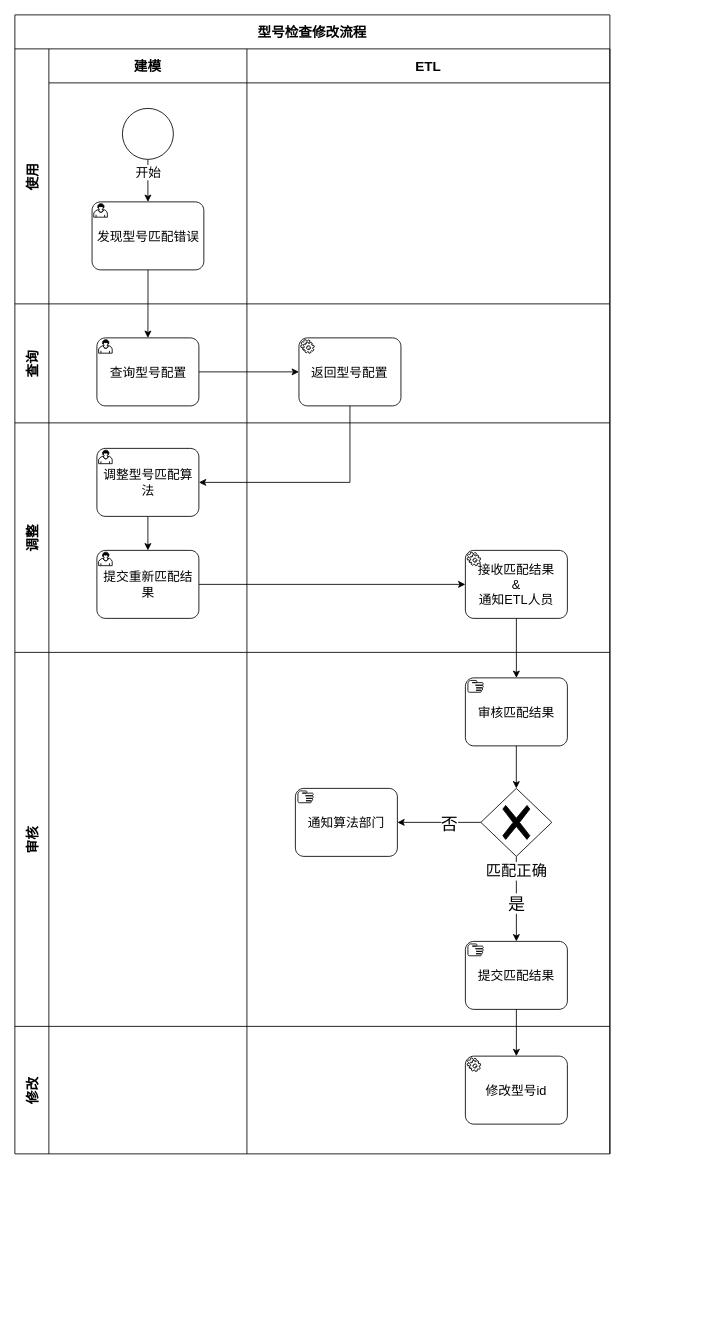
Earlier version of the draw.io diagram trim_check_repair.drawio (wangzijia122/drawio_repository). Source tidied: cells renumbered, new cells numbered last; positions are measured from the earlier drawing's top-left corner, leaving out a move shared by most shapes. Both pictures are drawn from the tidied source at 85%, with x=0, y=0 at pixel (14, 14).
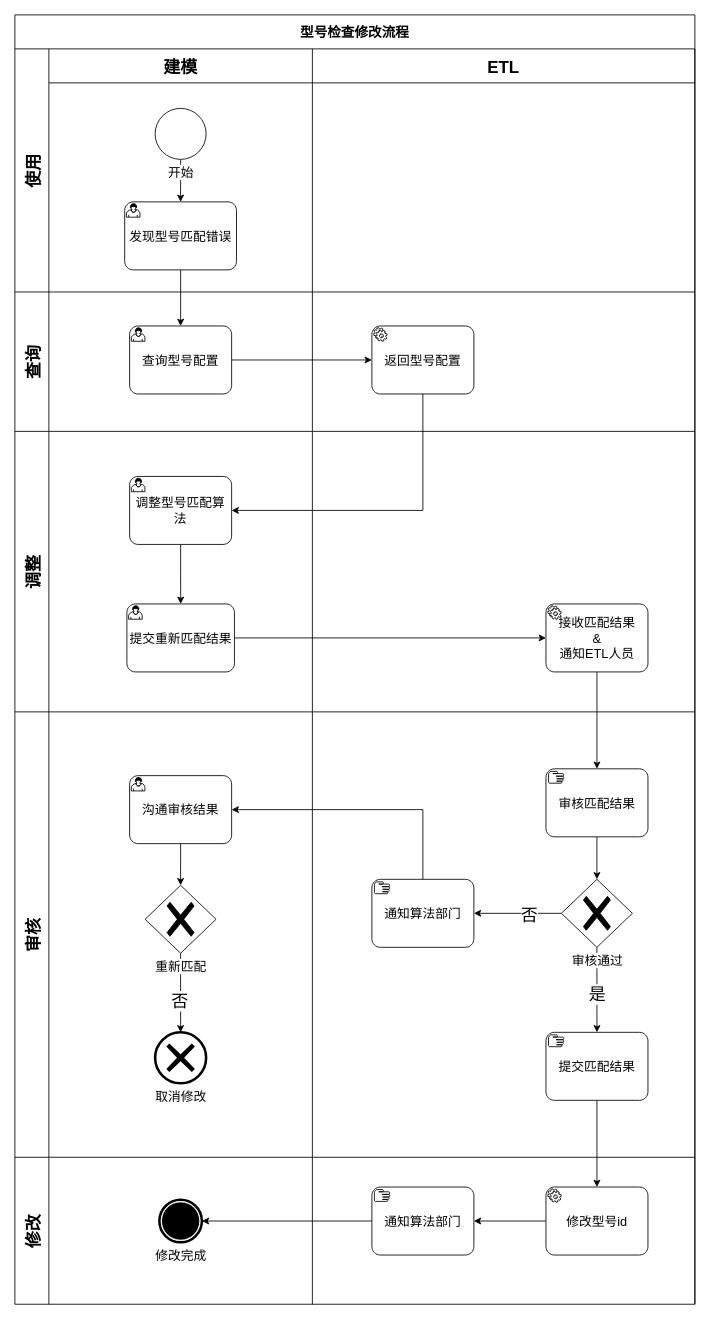
After the change.

Change to the diagram source:
```diff
@@
     <mxCell id="2" value="型号检查修改流程" style="shape=table;childLayout=tableLayout;startSize=40;fontSize=16;fontStyle=1;" parent="1" vertex="1">
-      <mxGeometry width="700" height="1340" as="geometry" />
+      <mxGeometry width="800" height="1516.9" as="geometry" />
     </mxCell>
+    <mxCell id="41" style="edgeStyle=orthogonalEdgeStyle;rounded=0;jettySize=auto;html=1;" parent="2" edge="1" source="7" target="12">
+      <mxGeometry relative="1" as="geometry" />
+    </mxCell>
-    <mxCell id="3" value="使用" style="shape=tableRow;horizontal=0;swimlaneHead=0;swimlaneBody=0;top=0;left=0;strokeColor=inherit;bottom=0;right=0;fontStyle=1;fillColor=none;startSize=40;fontSize=16;" parent="2" vertex="1">
-      <mxGeometry y="40" width="700" height="300" as="geometry" />
+    <mxCell id="3" value="使用" style="shape=tableRow;horizontal=0;swimlaneHead=0;swimlaneBody=0;top=0;left=0;strokeColor=inherit;bottom=0;right=0;fontStyle=1;fillColor=none;startSize=40;fontSize=20;" parent="2" vertex="1">
+      <mxGeometry y="40" width="800" height="286" as="geometry" />
     </mxCell>
-    <mxCell id="4" value="建模" style="swimlane;swimlaneHead=0;swimlaneBody=0;fontStyle=1;strokeColor=inherit;fillColor=none;startSize=40;fontSize=16;" parent="3" vertex="1">
-      <mxGeometry x="40" width="233" height="300" as="geometry" />
+    <mxCell id="4" value="建模" style="swimlane;swimlaneHead=0;swimlaneBody=0;fontStyle=1;strokeColor=inherit;fillColor=none;startSize=40;fontSize=20;" parent="3" vertex="1">
+      <mxGeometry x="40" width="310" height="286" as="geometry" />
     </mxCell>
@@
     <mxCell id="6" value="开始" style="points=[[0.145,0.145,0],[0.5,0,0],[0.855,0.145,0],[1,0.5,0],[0.855,0.855,0],[0.5,1,0],[0.145,0.855,0],[0,0.5,0]];shape=mxgraph.bpmn.event;html=1;verticalLabelPosition=bottom;labelBackgroundColor=#ffffff;verticalAlign=top;align=center;perimeter=ellipsePerimeter;outlineConnect=0;outline=standard;symbol=general;fontSize=15;" parent="4" vertex="1">
-      <mxGeometry x="86.5" y="70" width="60" height="60" as="geometry" />
+      <mxGeometry x="125" y="70" width="60" height="60" as="geometry" />
     </mxCell>
     <mxCell id="7" value="发现型号匹配错误" style="points=[[0.25,0,0],[0.5,0,0],[0.75,0,0],[1,0.25,0],[1,0.5,0],[1,0.75,0],[0.75,1,0],[0.5,1,0],[0.25,1,0],[0,0.75,0],[0,0.5,0],[0,0.25,0]];shape=mxgraph.bpmn.task;whiteSpace=wrap;rectStyle=rounded;size=10;html=1;taskMarker=user;fontSize=15;" parent="4" vertex="1">
-      <mxGeometry x="50.8" y="180" width="131.5" height="80" as="geometry" />
+      <mxGeometry x="89.2" y="180" width="131.5" height="80" as="geometry" />
     </mxCell>
-    <mxCell id="8" value="ETL" style="swimlane;swimlaneHead=0;swimlaneBody=0;fontStyle=1;strokeColor=inherit;fillColor=none;startSize=40;fontSize=16;" parent="3" vertex="1">
-      <mxGeometry x="273" width="427" height="300" as="geometry" />
+    <mxCell id="8" value="ETL" style="swimlane;swimlaneHead=0;swimlaneBody=0;fontStyle=1;strokeColor=inherit;fillColor=none;startSize=40;fontSize=20;" parent="3" vertex="1">
+      <mxGeometry x="350" width="450" height="286" as="geometry" />
     </mxCell>
     <mxCell id="9" style="swimlane;swimlaneHead=0;swimlaneBody=0;fontStyle=1;strokeColor=inherit;fillColor=none;startSize=40;fontSize=16;" parent="3" vertex="1">
-      <mxGeometry x="700" height="300" as="geometry" />
+      <mxGeometry x="800" height="286" as="geometry" />
     </mxCell>
-    <mxCell id="10" value="查询" style="shape=tableRow;horizontal=0;swimlaneHead=0;swimlaneBody=0;top=0;left=0;strokeColor=inherit;bottom=0;right=0;fontStyle=1;fillColor=none;startSize=40;fontSize=16;" parent="2" vertex="1">
-      <mxGeometry y="340" width="700" height="140" as="geometry" />
+    <mxCell id="10" value="查询" style="shape=tableRow;horizontal=0;swimlaneHead=0;swimlaneBody=0;top=0;left=0;strokeColor=inherit;bottom=0;right=0;fontStyle=1;fillColor=none;startSize=40;fontSize=20;" parent="2" vertex="1">
+      <mxGeometry y="326" width="800" height="164" as="geometry" />
     </mxCell>
     <mxCell id="11" style="swimlane;swimlaneHead=0;swimlaneBody=0;fontStyle=1;strokeColor=inherit;fillColor=none;startSize=0;fontSize=16;" parent="10" vertex="1">
-      <mxGeometry x="40" width="233" height="140" as="geometry" />
+      <mxGeometry x="40" width="310" height="164" as="geometry" />
     </mxCell>
     <mxCell id="12" value="查询型号配置" style="points=[[0.25,0,0],[0.5,0,0],[0.75,0,0],[1,0.25,0],[1,0.5,0],[1,0.75,0],[0.75,1,0],[0.5,1,0],[0.25,1,0],[0,0.75,0],[0,0.5,0],[0,0.25,0]];shape=mxgraph.bpmn.task;whiteSpace=wrap;rectStyle=rounded;size=10;html=1;taskMarker=user;fontSize=15;" parent="11" vertex="1">
-      <mxGeometry x="56.5" y="40" width="120" height="80" as="geometry" />
+      <mxGeometry x="95" y="40" width="120" height="80" as="geometry" />
     </mxCell>
     <mxCell id="13" style="swimlane;swimlaneHead=0;swimlaneBody=0;fontStyle=1;strokeColor=inherit;fillColor=none;startSize=0;fontSize=16;" parent="10" vertex="1">
-      <mxGeometry x="273" width="427" height="140" as="geometry" />
+      <mxGeometry x="350" width="450" height="164" as="geometry" />
     </mxCell>
     <mxCell id="14" value="返回型号配置" style="points=[[0.25,0,0],[0.5,0,0],[0.75,0,0],[1,0.25,0],[1,0.5,0],[1,0.75,0],[0.75,1,0],[0.5,1,0],[0.25,1,0],[0,0.75,0],[0,0.5,0],[0,0.25,0]];shape=mxgraph.bpmn.task;whiteSpace=wrap;rectStyle=rounded;size=10;html=1;taskMarker=service;fontSize=15;" parent="13" vertex="1">
-      <mxGeometry x="61.2" y="40" width="120" height="80" as="geometry" />
+      <mxGeometry x="70" y="40" width="120" height="80" as="geometry" />
     </mxCell>
     <mxCell id="15" style="swimlane;swimlaneHead=0;swimlaneBody=0;fontStyle=1;strokeColor=inherit;fillColor=none;startSize=0;fontSize=16;" parent="10" vertex="1">
-      <mxGeometry x="700" height="140" as="geometry" />
+      <mxGeometry x="800" height="164" as="geometry" />
     </mxCell>
@@
-    <mxCell id="17" value="调整" style="shape=tableRow;horizontal=0;swimlaneHead=0;swimlaneBody=0;top=0;left=0;strokeColor=inherit;bottom=0;right=0;fontStyle=1;fillColor=none;startSize=40;fontSize=16;" parent="2" vertex="1">
-      <mxGeometry y="480" width="700" height="270" as="geometry" />
+    <mxCell id="17" value="调整" style="shape=tableRow;horizontal=0;swimlaneHead=0;swimlaneBody=0;top=0;left=0;strokeColor=inherit;bottom=0;right=0;fontStyle=1;fillColor=none;startSize=40;fontSize=20;" parent="2" vertex="1">
+      <mxGeometry y="490" width="800" height="330" as="geometry" />
     </mxCell>
     <mxCell id="18" style="swimlane;swimlaneHead=0;swimlaneBody=0;fontStyle=1;strokeColor=inherit;fillColor=none;startSize=0;fontSize=16;" parent="17" vertex="1">
-      <mxGeometry x="40" width="233" height="270" as="geometry" />
+      <mxGeometry x="40" width="310" height="330" as="geometry" />
     </mxCell>
@@
     <mxCell id="20" value="调整型号匹配算法" style="points=[[0.25,0,0],[0.5,0,0],[0.75,0,0],[1,0.25,0],[1,0.5,0],[1,0.75,0],[0.75,1,0],[0.5,1,0],[0.25,1,0],[0,0.75,0],[0,0.5,0],[0,0.25,0]];shape=mxgraph.bpmn.task;whiteSpace=wrap;rectStyle=rounded;size=10;html=1;taskMarker=user;fontSize=15;" parent="18" vertex="1">
-      <mxGeometry x="56.5" y="30" width="120" height="80" as="geometry" />
+      <mxGeometry x="95" y="53" width="120" height="80" as="geometry" />
     </mxCell>
     <mxCell id="21" value="提交重新匹配结果" style="points=[[0.25,0,0],[0.5,0,0],[0.75,0,0],[1,0.25,0],[1,0.5,0],[1,0.75,0],[0.75,1,0],[0.5,1,0],[0.25,1,0],[0,0.75,0],[0,0.5,0],[0,0.25,0]];shape=mxgraph.bpmn.task;whiteSpace=wrap;rectStyle=rounded;size=10;html=1;taskMarker=user;fontSize=15;" parent="18" vertex="1">
-      <mxGeometry x="56.5" y="150" width="120" height="80" as="geometry" />
+      <mxGeometry x="91.8" y="203" width="126.5" height="80" as="geometry" />
     </mxCell>
     <mxCell id="22" style="swimlane;swimlaneHead=0;swimlaneBody=0;fontStyle=1;strokeColor=inherit;fillColor=none;startSize=0;fontSize=16;" parent="17" vertex="1">
-      <mxGeometry x="273" width="427" height="270" as="geometry" />
+      <mxGeometry x="350" width="450" height="330" as="geometry" />
     </mxCell>
     <mxCell id="23" value="接收匹配结果&lt;br style=&quot;font-size: 15px;&quot;&gt;&amp;amp;&lt;br style=&quot;font-size: 15px;&quot;&gt;通知ETL人员" style="points=[[0.25,0,0],[0.5,0,0],[0.75,0,0],[1,0.25,0],[1,0.5,0],[1,0.75,0],[0.75,1,0],[0.5,1,0],[0.25,1,0],[0,0.75,0],[0,0.5,0],[0,0.25,0]];shape=mxgraph.bpmn.task;whiteSpace=wrap;rectStyle=rounded;size=10;html=1;taskMarker=service;fontSize=15;" parent="22" vertex="1">
-      <mxGeometry x="257" y="150" width="120" height="80" as="geometry" />
+      <mxGeometry x="274.8" y="203" width="120" height="80" as="geometry" />
     </mxCell>
     <mxCell id="24" style="swimlane;swimlaneHead=0;swimlaneBody=0;fontStyle=1;strokeColor=inherit;fillColor=none;startSize=0;fontSize=16;" parent="17" vertex="1">
-      <mxGeometry x="700" height="270" as="geometry" />
+      <mxGeometry x="800" height="330" as="geometry" />
     </mxCell>
@@
+    <mxCell id="39" style="edgeStyle=orthogonalEdgeStyle;rounded=0;jettySize=auto;html=1;exitX=0.5;exitY=1;exitDx=0;exitDy=0;exitPerimeter=0;entryX=0.5;entryY=0;entryDx=0;entryDy=0;entryPerimeter=0;" parent="2" edge="1" source="23" target="29">
+      <mxGeometry relative="1" as="geometry" />
+    </mxCell>
+    <mxCell id="40" style="edgeStyle=orthogonalEdgeStyle;rounded=0;jettySize=auto;html=1;exitX=0.5;exitY=1;exitDx=0;exitDy=0;exitPerimeter=0;" parent="2" edge="1" source="36" target="46">
+      <mxGeometry relative="1" as="geometry" />
+    </mxCell>
-    <mxCell id="26" value="审核" style="shape=tableRow;horizontal=0;swimlaneHead=0;swimlaneBody=0;top=0;left=0;strokeColor=inherit;bottom=0;right=0;fontStyle=1;fillColor=none;startSize=40;fontSize=16;" parent="2" vertex="1">
-      <mxGeometry y="750" width="700" height="440" as="geometry" />
+    <mxCell id="26" value="审核" style="shape=tableRow;horizontal=0;swimlaneHead=0;swimlaneBody=0;top=0;left=0;strokeColor=inherit;bottom=0;right=0;fontStyle=1;fillColor=none;startSize=40;fontSize=20;" parent="2" vertex="1">
+      <mxGeometry y="820" width="800" height="524" as="geometry" />
     </mxCell>
     <mxCell id="27" style="swimlane;swimlaneHead=0;swimlaneBody=0;fontStyle=1;strokeColor=inherit;fillColor=none;startSize=0;fontSize=16;" parent="26" vertex="1">
-      <mxGeometry x="40" width="233" height="440" as="geometry" />
+      <mxGeometry x="40" width="310" height="524" as="geometry" />
     </mxCell>
+    <mxCell id="48" style="edgeStyle=orthogonalEdgeStyle;rounded=0;jettySize=auto;html=1;exitX=0.5;exitY=1;exitDx=0;exitDy=0;exitPerimeter=0;entryX=0.5;entryY=0;entryDx=0;entryDy=0;entryPerimeter=0;" parent="27" edge="1" source="49" target="52">
+      <mxGeometry relative="1" as="geometry" />
+    </mxCell>
+    <mxCell id="49" value="沟通审核结果" style="points=[[0.25,0,0],[0.5,0,0],[0.75,0,0],[1,0.25,0],[1,0.5,0],[1,0.75,0],[0.75,1,0],[0.5,1,0],[0.25,1,0],[0,0.75,0],[0,0.5,0],[0,0.25,0]];shape=mxgraph.bpmn.task;whiteSpace=wrap;rectStyle=rounded;size=10;html=1;taskMarker=user;fontSize=15;" parent="27" vertex="1">
+      <mxGeometry x="95" y="75" width="120" height="80" as="geometry" />
+    </mxCell>
+    <mxCell id="50" style="edgeStyle=orthogonalEdgeStyle;rounded=0;jettySize=auto;html=1;exitX=0.5;exitY=1;exitDx=0;exitDy=0;exitPerimeter=0;" parent="27" edge="1" source="52" target="53">
+      <mxGeometry relative="1" as="geometry" />
+    </mxCell>
+    <mxCell id="51" value="&lt;font style=&quot;font-size: 20px;&quot;&gt;否&lt;/font&gt;" style="edgeLabel;html=1;align=center;verticalAlign=middle;" parent="50" vertex="1">
+      <mxGeometry x="0.19" y="-1" relative="1" as="geometry" />
+    </mxCell>
+    <mxCell id="52" value="&lt;font style=&quot;font-size: 15px;&quot;&gt;重新匹配&lt;/font&gt;" style="points=[[0.25,0.25,0],[0.5,0,0],[0.75,0.25,0],[1,0.5,0],[0.75,0.75,0],[0.5,1,0],[0.25,0.75,0],[0,0.5,0]];shape=mxgraph.bpmn.gateway2;html=1;verticalLabelPosition=bottom;labelBackgroundColor=#ffffff;verticalAlign=top;align=center;perimeter=rhombusPerimeter;outlineConnect=0;outline=none;symbol=none;gwType=exclusive;" parent="27" vertex="1">
+      <mxGeometry x="113.2" y="204" width="83.5" height="80" as="geometry" />
+    </mxCell>
+    <mxCell id="53" value="&lt;font style=&quot;font-size: 15px;&quot;&gt;取消修改&lt;/font&gt;" style="points=[[0.145,0.145,0],[0.5,0,0],[0.855,0.145,0],[1,0.5,0],[0.855,0.855,0],[0.5,1,0],[0.145,0.855,0],[0,0.5,0]];shape=mxgraph.bpmn.event;html=1;verticalLabelPosition=bottom;labelBackgroundColor=#ffffff;verticalAlign=top;align=center;perimeter=ellipsePerimeter;outlineConnect=0;outline=end;symbol=cancel;" parent="27" vertex="1">
+      <mxGeometry x="125" y="377" width="60" height="60" as="geometry" />
+    </mxCell>
     <mxCell id="28" style="swimlane;swimlaneHead=0;swimlaneBody=0;fontStyle=1;strokeColor=inherit;fillColor=none;startSize=0;fontSize=16;" parent="26" vertex="1">
-      <mxGeometry x="273" width="427" height="440" as="geometry" />
+      <mxGeometry x="350" width="450" height="524" as="geometry" />
     </mxCell>
     <mxCell id="29" value="审核匹配结果" style="points=[[0.25,0,0],[0.5,0,0],[0.75,0,0],[1,0.25,0],[1,0.5,0],[1,0.75,0],[0.75,1,0],[0.5,1,0],[0.25,1,0],[0,0.75,0],[0,0.5,0],[0,0.25,0]];shape=mxgraph.bpmn.task;whiteSpace=wrap;rectStyle=rounded;size=10;html=1;taskMarker=manual;fontSize=15;" parent="28" vertex="1">
-      <mxGeometry x="257" y="30" width="120" height="80" as="geometry" />
+      <mxGeometry x="274.8" y="67" width="120" height="80" as="geometry" />
     </mxCell>
@@
-    <mxCell id="34" value="&lt;font style=&quot;font-size: 18px;&quot;&gt;匹配正确&lt;/font&gt;" style="points=[[0.25,0.25,0],[0.5,0,0],[0.75,0.25,0],[1,0.5,0],[0.75,0.75,0],[0.5,1,0],[0.25,0.75,0],[0,0.5,0]];shape=mxgraph.bpmn.gateway2;html=1;verticalLabelPosition=bottom;labelBackgroundColor=#ffffff;verticalAlign=top;align=center;perimeter=rhombusPerimeter;outlineConnect=0;outline=none;symbol=none;gwType=exclusive;" parent="28" vertex="1">
-      <mxGeometry x="275.2" y="160" width="83.5" height="80" as="geometry" />
+    <mxCell id="34" value="&lt;font style=&quot;font-size: 15px;&quot;&gt;审核通过&lt;/font&gt;" style="points=[[0.25,0.25,0],[0.5,0,0],[0.75,0.25,0],[1,0.5,0],[0.75,0.75,0],[0.5,1,0],[0.25,0.75,0],[0,0.5,0]];shape=mxgraph.bpmn.gateway2;html=1;verticalLabelPosition=bottom;labelBackgroundColor=#ffffff;verticalAlign=top;align=center;perimeter=rhombusPerimeter;outlineConnect=0;outline=none;symbol=none;gwType=exclusive;" parent="28" vertex="1">
+      <mxGeometry x="293" y="197" width="83.5" height="80" as="geometry" />
     </mxCell>
@@
     <mxCell id="36" value="提交匹配结果" style="points=[[0.25,0,0],[0.5,0,0],[0.75,0,0],[1,0.25,0],[1,0.5,0],[1,0.75,0],[0.75,1,0],[0.5,1,0],[0.25,1,0],[0,0.75,0],[0,0.5,0],[0,0.25,0]];shape=mxgraph.bpmn.task;whiteSpace=wrap;rectStyle=rounded;size=10;html=1;taskMarker=manual;fontSize=15;" parent="28" vertex="1">
-      <mxGeometry x="257" y="340" width="120" height="80" as="geometry" />
+      <mxGeometry x="274.8" y="377" width="120" height="80" as="geometry" />
     </mxCell>
     <mxCell id="37" value="通知算法部门" style="points=[[0.25,0,0],[0.5,0,0],[0.75,0,0],[1,0.25,0],[1,0.5,0],[1,0.75,0],[0.75,1,0],[0.5,1,0],[0.25,1,0],[0,0.75,0],[0,0.5,0],[0,0.25,0]];shape=mxgraph.bpmn.task;whiteSpace=wrap;rectStyle=rounded;size=10;html=1;taskMarker=manual;fontSize=15;" parent="28" vertex="1">
-      <mxGeometry x="57" y="160" width="120" height="80" as="geometry" />
+      <mxGeometry x="70" y="197" width="120" height="80" as="geometry" />
     </mxCell>
     <mxCell id="38" style="swimlane;swimlaneHead=0;swimlaneBody=0;fontStyle=1;strokeColor=inherit;fillColor=none;startSize=0;fontSize=16;" parent="26" vertex="1">
-      <mxGeometry x="700" height="440" as="geometry" />
+      <mxGeometry x="800" height="524" as="geometry" />
     </mxCell>
-    <mxCell id="39" style="edgeStyle=orthogonalEdgeStyle;rounded=0;jettySize=auto;html=1;exitX=0.5;exitY=1;exitDx=0;exitDy=0;exitPerimeter=0;entryX=0.5;entryY=0;entryDx=0;entryDy=0;entryPerimeter=0;" parent="2" edge="1" source="23" target="29">
-      <mxGeometry relative="1" as="geometry" />
-    </mxCell>
-    <mxCell id="40" style="edgeStyle=orthogonalEdgeStyle;rounded=0;jettySize=auto;html=1;exitX=0.5;exitY=1;exitDx=0;exitDy=0;exitPerimeter=0;" parent="2" edge="1" source="36" target="46">
-      <mxGeometry relative="1" as="geometry" />
-    </mxCell>
-    <mxCell id="41" style="edgeStyle=orthogonalEdgeStyle;rounded=0;jettySize=auto;html=1;" parent="2" edge="1" source="7" target="12">
-      <mxGeometry relative="1" as="geometry" />
-    </mxCell>
+    <mxCell id="54" style="edgeStyle=orthogonalEdgeStyle;rounded=0;jettySize=auto;html=1;exitX=0.5;exitY=0;exitDx=0;exitDy=0;exitPerimeter=0;entryX=1;entryY=0.5;entryDx=0;entryDy=0;entryPerimeter=0;" parent="26" edge="1" source="37" target="49">
+      <mxGeometry relative="1" as="geometry" />
+    </mxCell>
@@
-    <mxCell id="43" value="修改" style="shape=tableRow;horizontal=0;swimlaneHead=0;swimlaneBody=0;top=0;left=0;strokeColor=inherit;bottom=0;right=0;fontStyle=1;fillColor=none;startSize=40;fontSize=16;" parent="2" vertex="1">
-      <mxGeometry y="1190" width="700" height="150" as="geometry" />
+    <mxCell id="43" value="修改" style="shape=tableRow;horizontal=0;swimlaneHead=0;swimlaneBody=0;top=0;left=0;strokeColor=inherit;bottom=0;right=0;fontStyle=1;fillColor=none;startSize=40;fontSize=20;" parent="2" vertex="1">
+      <mxGeometry y="1344" width="800" height="173" as="geometry" />
     </mxCell>
     <mxCell id="44" style="swimlane;swimlaneHead=0;swimlaneBody=0;fontStyle=1;strokeColor=inherit;fillColor=none;startSize=0;fontSize=16;" parent="43" vertex="1">
-      <mxGeometry x="40" width="233" height="150" as="geometry" />
+      <mxGeometry x="40" width="310" height="173" as="geometry" />
     </mxCell>
+    <mxCell id="55" value="&lt;font style=&quot;font-size: 15px;&quot;&gt;修改完成&lt;/font&gt;" style="points=[[0.145,0.145,0],[0.5,0,0],[0.855,0.145,0],[1,0.5,0],[0.855,0.855,0],[0.5,1,0],[0.145,0.855,0],[0,0.5,0]];shape=mxgraph.bpmn.event;html=1;verticalLabelPosition=bottom;labelBackgroundColor=#ffffff;verticalAlign=top;align=center;perimeter=ellipsePerimeter;outlineConnect=0;outline=end;symbol=terminate;" parent="44" vertex="1">
+      <mxGeometry x="130" y="50" width="50" height="50" as="geometry" />
+    </mxCell>
     <mxCell id="45" style="swimlane;swimlaneHead=0;swimlaneBody=0;fontStyle=1;strokeColor=inherit;fillColor=none;startSize=0;fontSize=16;" parent="43" vertex="1">
-      <mxGeometry x="273" width="427" height="150" as="geometry" />
+      <mxGeometry x="350" width="450" height="173" as="geometry" />
     </mxCell>
+    <mxCell id="56" style="edgeStyle=orthogonalEdgeStyle;rounded=0;jettySize=auto;html=1;exitX=0;exitY=0.5;exitDx=0;exitDy=0;exitPerimeter=0;" parent="45" edge="1" source="46" target="57">
+      <mxGeometry relative="1" as="geometry" />
+    </mxCell>
     <mxCell id="46" value="修改型号id" style="points=[[0.25,0,0],[0.5,0,0],[0.75,0,0],[1,0.25,0],[1,0.5,0],[1,0.75,0],[0.75,1,0],[0.5,1,0],[0.25,1,0],[0,0.75,0],[0,0.5,0],[0,0.25,0]];shape=mxgraph.bpmn.task;whiteSpace=wrap;rectStyle=rounded;size=10;html=1;taskMarker=service;fontSize=15;" parent="45" vertex="1">
-      <mxGeometry x="257" y="35" width="120" height="80" as="geometry" />
+      <mxGeometry x="274.8" y="35" width="120" height="80" as="geometry" />
     </mxCell>
+    <mxCell id="57" value="通知算法部门" style="points=[[0.25,0,0],[0.5,0,0],[0.75,0,0],[1,0.25,0],[1,0.5,0],[1,0.75,0],[0.75,1,0],[0.5,1,0],[0.25,1,0],[0,0.75,0],[0,0.5,0],[0,0.25,0]];shape=mxgraph.bpmn.task;whiteSpace=wrap;rectStyle=rounded;size=10;html=1;taskMarker=manual;fontSize=15;" parent="45" vertex="1">
+      <mxGeometry x="70" y="35" width="120" height="80" as="geometry" />
+    </mxCell>
     <mxCell id="47" style="swimlane;swimlaneHead=0;swimlaneBody=0;fontStyle=1;strokeColor=inherit;fillColor=none;startSize=0;fontSize=16;" parent="43" vertex="1">
-      <mxGeometry x="700" height="150" as="geometry" />
+      <mxGeometry x="800" height="173" as="geometry" />
     </mxCell>
+    <mxCell id="58" style="edgeStyle=orthogonalEdgeStyle;rounded=0;jettySize=auto;html=1;exitX=0;exitY=0.5;exitDx=0;exitDy=0;exitPerimeter=0;" parent="43" edge="1" source="57" target="55">
+      <mxGeometry relative="1" as="geometry" />
+    </mxCell>
```
